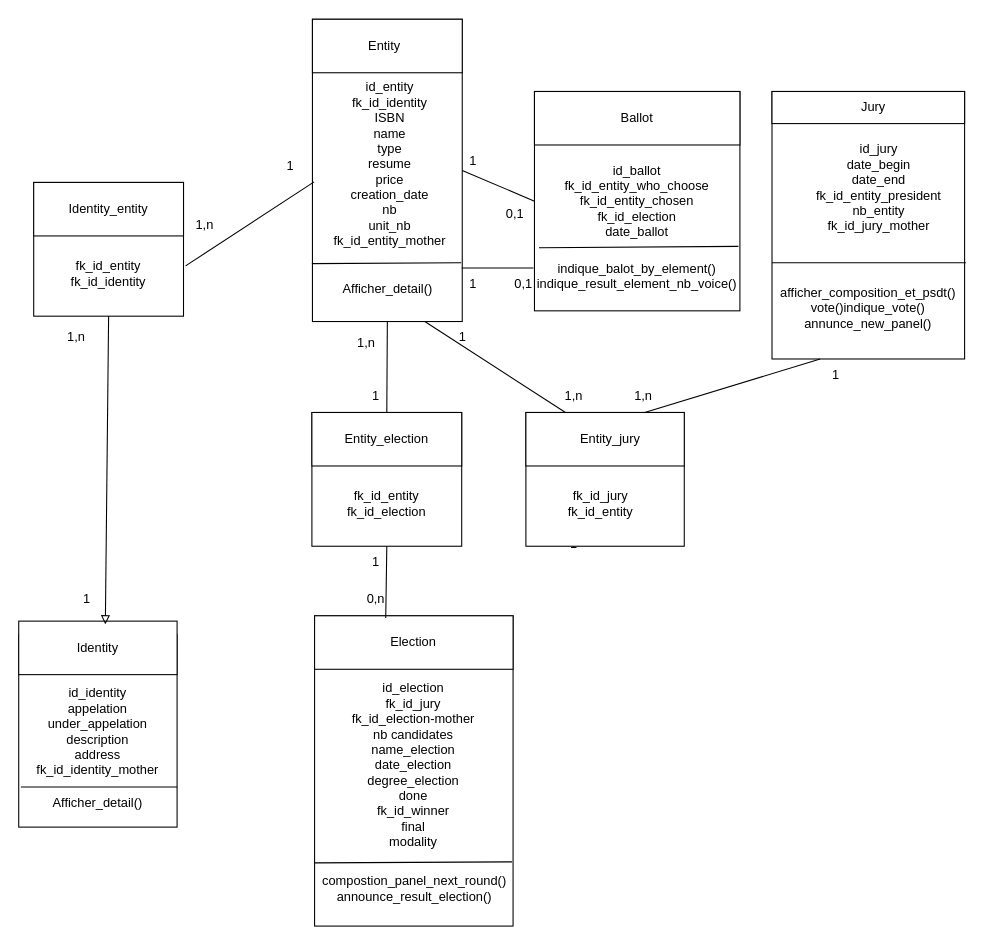
phpfms/Eval_Goncourt keeps this draw.io diagram as Documentation/Diagramme_des_classes/Diagramme_des_classes.drawio. Above is the earlier version. Source tidied: cells renumbered, new cells numbered last; positions are measured from the earlier drawing's top-left corner, leaving out a move shared by most shapes. Both pictures are drawn from the tidied source at 107%, with x=0, y=0 at pixel (18, 18).
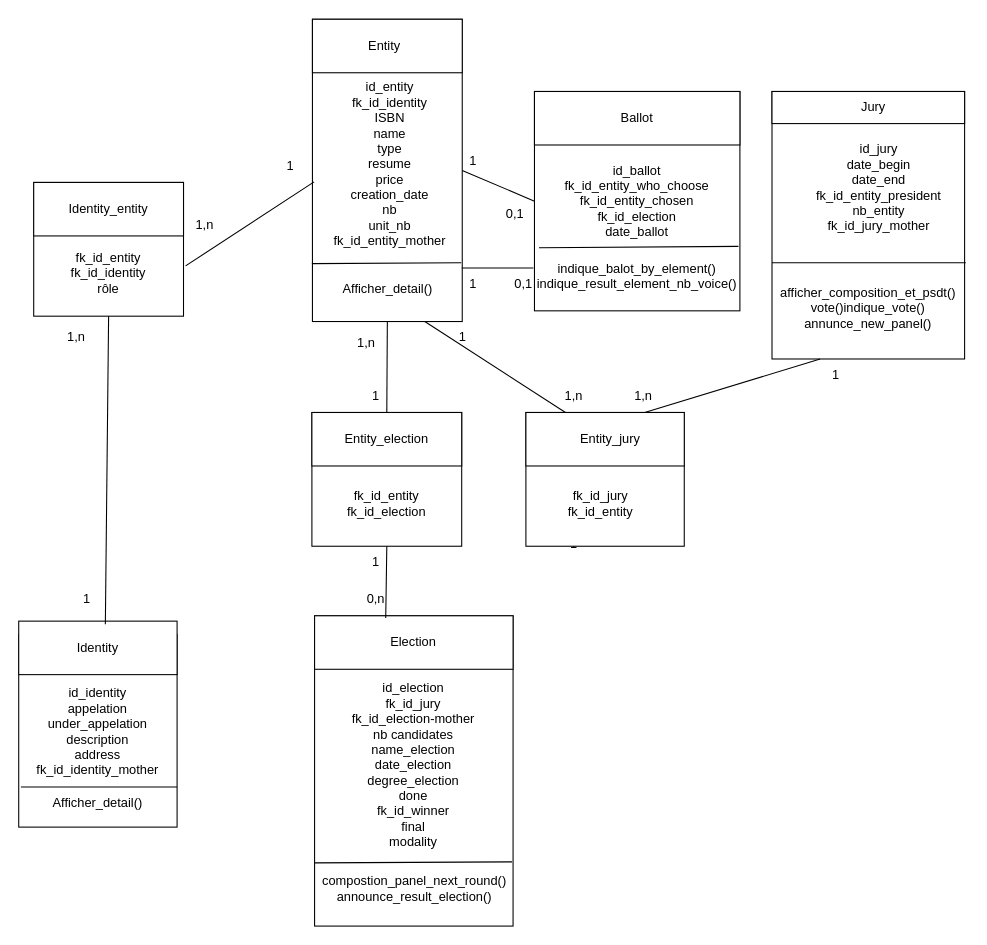
Above is the later version.

The change refers to these unchanged cells:
```xml
<mxCell id="46" value="Identity" style="rounded=0;whiteSpace=wrap;html=1;" parent="1" vertex="1">
  <mxGeometry y="563" width="148" height="50" as="geometry" />
</mxCell>
<mxCell id="49" style="rounded=0;whiteSpace=wrap;html=1;" parent="1" vertex="1">
  <mxGeometry x="14" y="153" width="140" height="125" as="geometry" />
</mxCell>
```

The edit, as a diff of the source:
```diff
@@
-    <mxCell id="52" value="&lt;div&gt;&lt;span style=&quot;background-color: transparent; color: light-dark(rgb(0, 0, 0), rgb(255, 255, 255));&quot;&gt;fk_id_entity&lt;/span&gt;&lt;/div&gt;&lt;div&gt;fk_id_identity&lt;span style=&quot;background-color: transparent; color: light-dark(rgb(0, 0, 0), rgb(255, 255, 255));&quot;&gt;&lt;/span&gt;&lt;/div&gt;" style="text;html=1;whiteSpace=wrap;strokeColor=none;fillColor=none;align=center;verticalAlign=middle;rounded=0;" parent="1" vertex="1">
-      <mxGeometry x="39" y="218" width="90" height="40" as="geometry" />
+    <mxCell id="52" value="&lt;div&gt;&lt;span style=&quot;background-color: transparent; color: light-dark(rgb(0, 0, 0), rgb(255, 255, 255));&quot;&gt;fk_id_entity&lt;/span&gt;&lt;/div&gt;&lt;div&gt;fk_id_identity&lt;span style=&quot;background-color: transparent; color: light-dark(rgb(0, 0, 0), rgb(255, 255, 255));&quot;&gt;&lt;/span&gt;&lt;/div&gt;&lt;div&gt;rôle&lt;/div&gt;" style="text;html=1;whiteSpace=wrap;strokeColor=none;fillColor=none;align=center;verticalAlign=middle;rounded=0;" parent="1" vertex="1">
+      <mxGeometry x="39" y="208" width="90" height="60" as="geometry" />
     </mxCell>
-    <mxCell id="53" style="endArrow=block;html=1;rounded=0;entryX=0.547;entryY=0.06;entryDx=0;entryDy=0;exitX=0.5;exitY=1;exitDx=0;exitDy=0;entryPerimeter=0;endFill=0;" parent="1" edge="1" source="49" target="46">
+    <mxCell id="53" style="endArrow=none;html=1;rounded=0;entryX=0.547;entryY=0.06;entryDx=0;entryDy=0;exitX=0.5;exitY=1;exitDx=0;exitDy=0;entryPerimeter=0;endFill=0;" parent="1" edge="1" source="49" target="46">
       <mxGeometry relative="1" as="geometry" />
     </mxCell>
```
